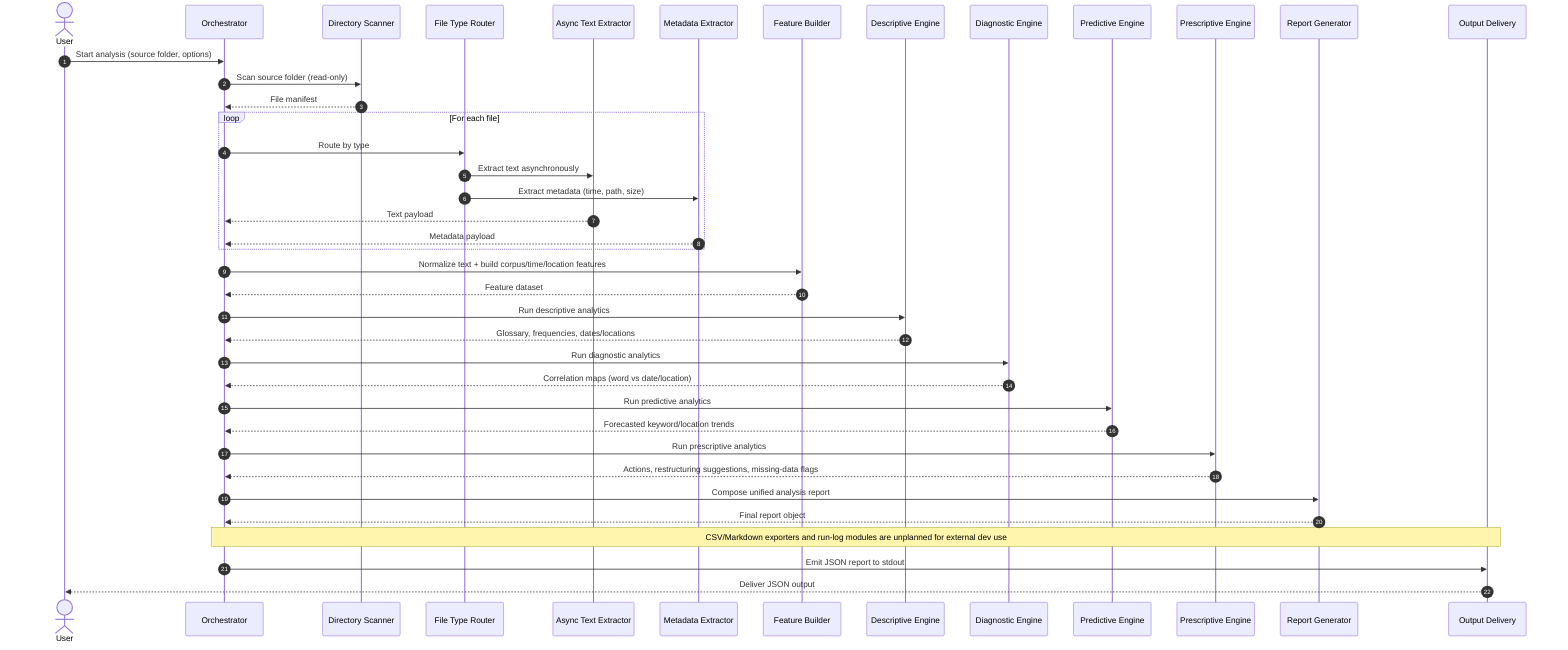
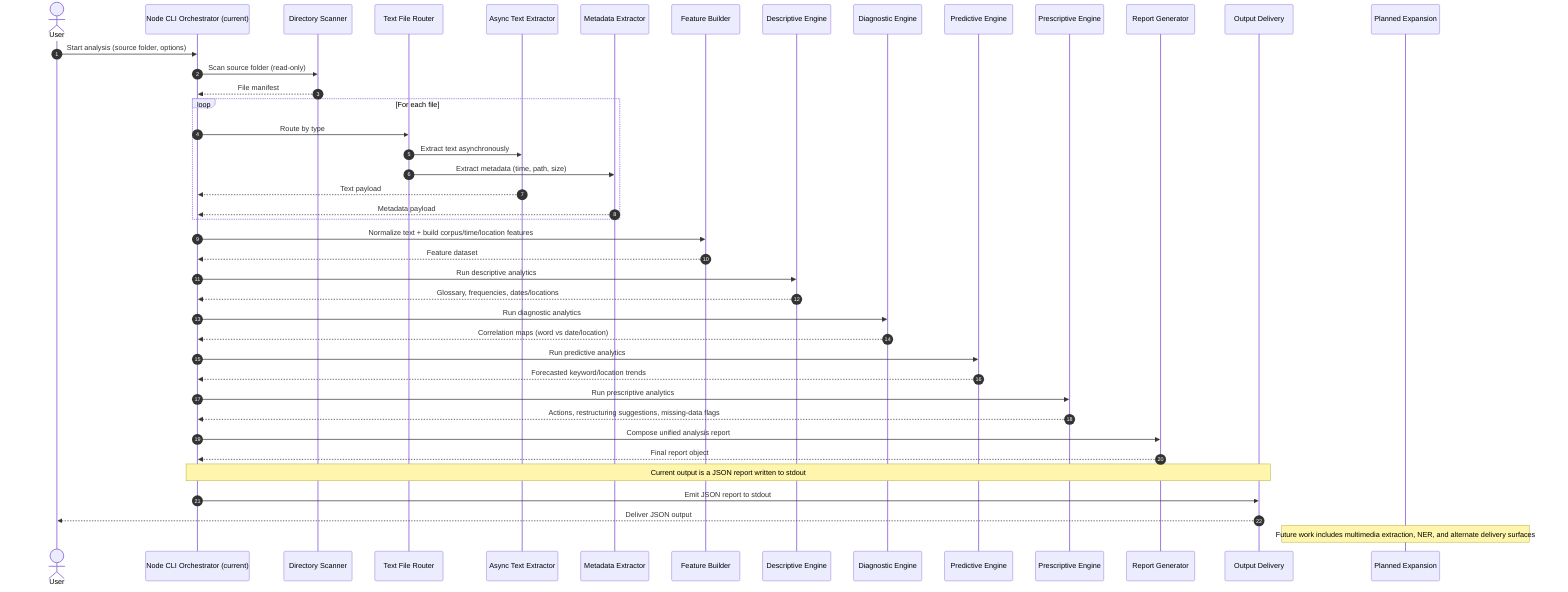
sequenceDiagram
    autonumber
    actor U as User
-     participant O as Orchestrator
+     participant O as Node CLI Orchestrator (current)
    participant SCN as Directory Scanner
-     participant EXT as File Type Router
+     participant EXT as Text File Router
    participant TXT as Async Text Extractor
    participant META as Metadata Extractor
    participant FEAT as Feature Builder
    participant DES as Descriptive Engine
    participant DIA as Diagnostic Engine
    participant PRE as Predictive Engine
    participant PRS as Prescriptive Engine
    participant REP as Report Generator
    participant OUT as Output Delivery
+     participant PLN as Planned Expansion

    U->>O: Start analysis (source folder, options)
    O->>SCN: Scan source folder (read-only)
    SCN-->>O: File manifest

    loop For each file
        O->>EXT: Route by type
        EXT->>TXT: Extract text asynchronously
        EXT->>META: Extract metadata (time, path, size)
        TXT-->>O: Text payload
        META-->>O: Metadata payload
    end

    O->>FEAT: Normalize text + build corpus/time/location features
    FEAT-->>O: Feature dataset

    O->>DES: Run descriptive analytics
    DES-->>O: Glossary, frequencies, dates/locations

    O->>DIA: Run diagnostic analytics
    DIA-->>O: Correlation maps (word vs date/location)

    O->>PRE: Run predictive analytics
    PRE-->>O: Forecasted keyword/location trends

    O->>PRS: Run prescriptive analytics
    PRS-->>O: Actions, restructuring suggestions, missing-data flags

    O->>REP: Compose unified analysis report
    REP-->>O: Final report object

-     Note over O,OUT: CSV/Markdown exporters and run-log modules are unplanned for external dev use
+     Note over O,OUT: Current output is a JSON report written to stdout
    O->>OUT: Emit JSON report to stdout
    OUT-->>U: Deliver JSON output
+     Note over PLN: Future work includes multimedia extraction, NER, and alternate delivery surfaces
